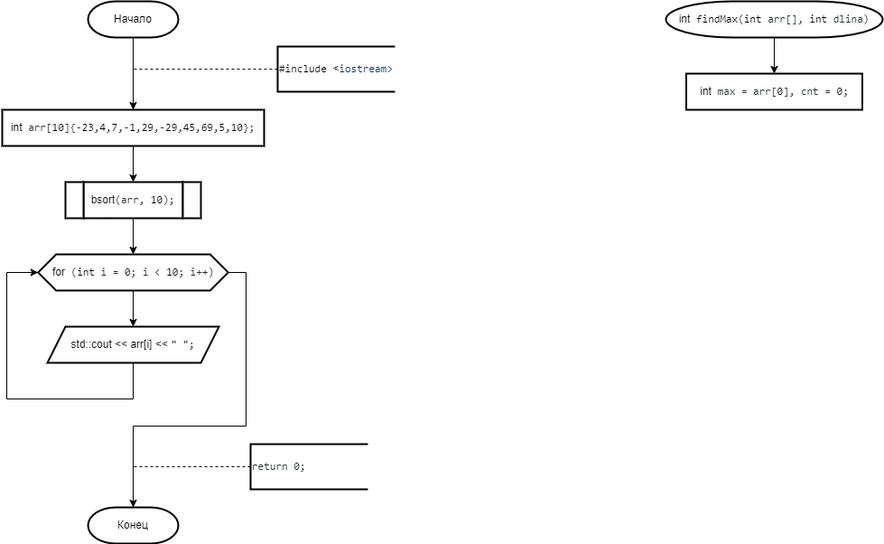
Before: 2 Семестр/Labs/№9 Сложные сортировки быстрая (Хоара), слиянием, подсчетом, блочная, Шелла/Блочная.png, a diagram exported from draw.io (IlyaFedoseev227/LABS-PNRPU-IVT-22-1b). Source tidied: cells renumbered, new cells last; positions are measured from the earlier drawing's top-left corner, leaving out a move shared by most shapes.
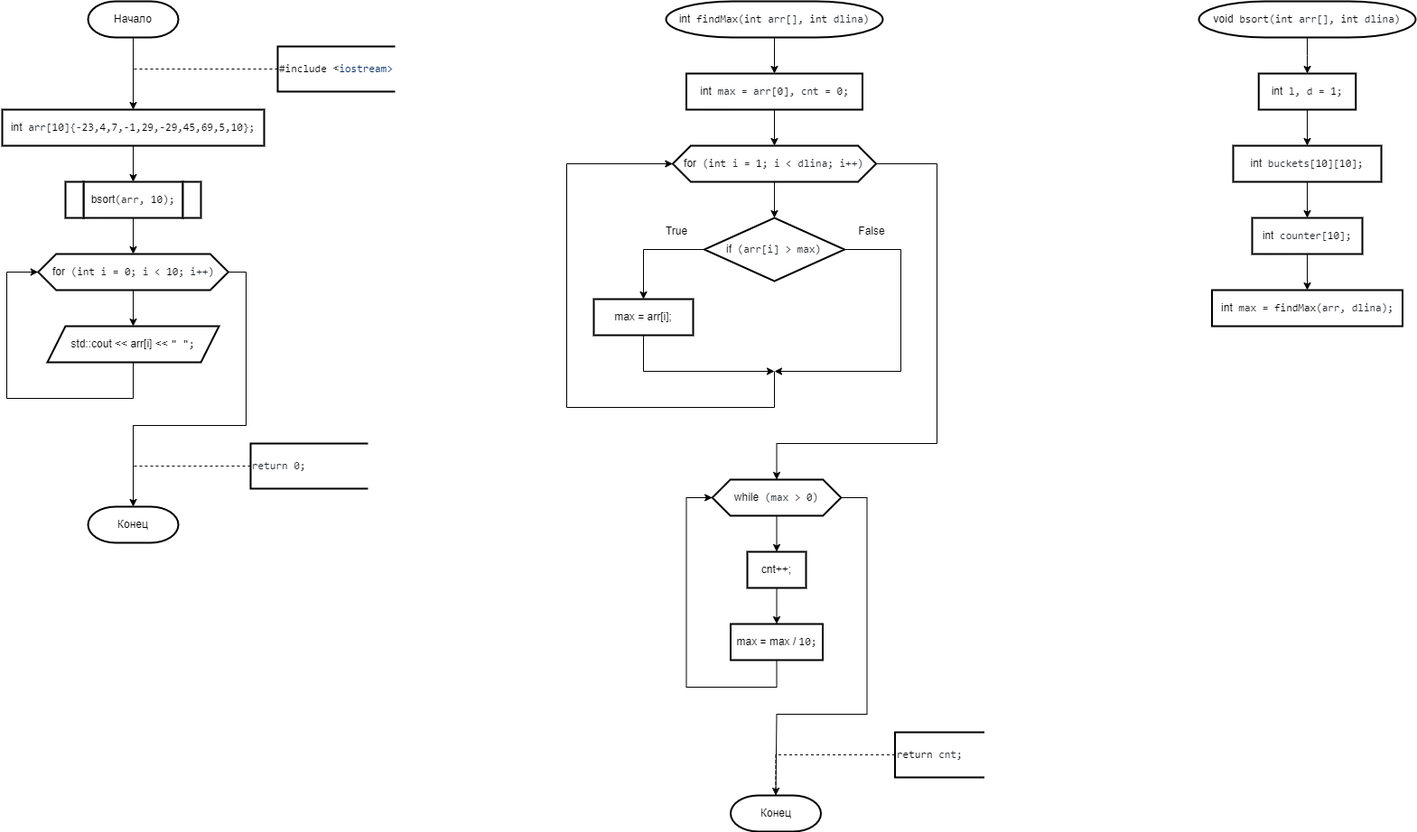
Above is the later version.

The edit, as a diff of the source:
```diff
@@ -84,2 +84,5 @@
     </mxCell>
+    <mxCell id="23" style="edgeStyle=orthogonalEdgeStyle;rounded=0;jettySize=auto;html=1;exitX=0.5;exitY=1;exitDx=0;exitDy=0;entryX=0.5;entryY=0;entryDx=0;entryDy=0;" parent="1" edge="1" source="22" target="26">
+      <mxGeometry relative="1" as="geometry" />
+    </mxCell>
     <mxCell id="22" value="&lt;div style=&quot;text-align: start;&quot;&gt;int&lt;span style=&quot;color: rgb(36, 41, 47); font-family: ui-monospace, SFMono-Regular, &amp;quot;SF Mono&amp;quot;, Menlo, Consolas, &amp;quot;Liberation Mono&amp;quot;, monospace; background-color: rgb(255, 255, 255);&quot;&gt; max = arr[&lt;/span&gt;&lt;span style=&quot;box-sizing: border-box; color: var(--color-prettylights-syntax-constant); font-family: ui-monospace, SFMono-Regular, &amp;quot;SF Mono&amp;quot;, Menlo, Consolas, &amp;quot;Liberation Mono&amp;quot;, monospace; background-color: rgb(255, 255, 255);&quot; class=&quot;pl-c1&quot;&gt;0&lt;/span&gt;&lt;span style=&quot;color: rgb(36, 41, 47); font-family: ui-monospace, SFMono-Regular, &amp;quot;SF Mono&amp;quot;, Menlo, Consolas, &amp;quot;Liberation Mono&amp;quot;, monospace; background-color: rgb(255, 255, 255);&quot;&gt;], cnt = &lt;/span&gt;&lt;span style=&quot;box-sizing: border-box; color: var(--color-prettylights-syntax-constant); font-family: ui-monospace, SFMono-Regular, &amp;quot;SF Mono&amp;quot;, Menlo, Consolas, &amp;quot;Liberation Mono&amp;quot;, monospace; background-color: rgb(255, 255, 255);&quot; class=&quot;pl-c1&quot;&gt;0&lt;/span&gt;&lt;span style=&quot;color: rgb(36, 41, 47); font-family: ui-monospace, SFMono-Regular, &amp;quot;SF Mono&amp;quot;, Menlo, Consolas, &amp;quot;Liberation Mono&amp;quot;, monospace; background-color: rgb(255, 255, 255);&quot;&gt;;&lt;/span&gt;&lt;br&gt;&lt;/div&gt;" style="shape=parallelogram;perimeter=parallelogramPerimeter;whiteSpace=wrap;html=1;fixedSize=1;strokeWidth=2;size=-6;" parent="1" vertex="1">
@@ -87,2 +90,132 @@
     </mxCell>
+    <mxCell id="24" style="edgeStyle=orthogonalEdgeStyle;rounded=0;jettySize=auto;html=1;exitX=0.5;exitY=1;exitDx=0;exitDy=0;entryX=0.5;entryY=0;entryDx=0;entryDy=0;" parent="1" edge="1" source="26" target="30">
+      <mxGeometry relative="1" as="geometry" />
+    </mxCell>
+    <mxCell id="25" style="edgeStyle=orthogonalEdgeStyle;rounded=0;jettySize=auto;html=1;exitX=1;exitY=0.5;exitDx=0;exitDy=0;entryX=0.5;entryY=0;entryDx=0;entryDy=0;" parent="1" edge="1" source="26" target="37">
+      <mxGeometry relative="1" as="geometry">
+        <Array as="points">
+          <mxPoint x="1035" y="180" />
+          <mxPoint x="1035" y="490" />
+          <mxPoint x="858" y="490" />
+        </Array>
+      </mxGeometry>
+    </mxCell>
+    <mxCell id="26" value="&lt;div style=&quot;text-align: start;&quot;&gt;for&lt;span style=&quot;color: rgb(36, 41, 47); font-family: ui-monospace, SFMono-Regular, &amp;quot;SF Mono&amp;quot;, Menlo, Consolas, &amp;quot;Liberation Mono&amp;quot;, monospace; background-color: rgb(255, 255, 255);&quot;&gt; (&lt;/span&gt;&lt;span style=&quot;box-sizing: border-box; color: var(--color-prettylights-syntax-keyword); font-family: ui-monospace, SFMono-Regular, &amp;quot;SF Mono&amp;quot;, Menlo, Consolas, &amp;quot;Liberation Mono&amp;quot;, monospace; background-color: rgb(255, 255, 255);&quot; class=&quot;pl-k&quot;&gt;int&lt;/span&gt;&lt;span style=&quot;color: rgb(36, 41, 47); font-family: ui-monospace, SFMono-Regular, &amp;quot;SF Mono&amp;quot;, Menlo, Consolas, &amp;quot;Liberation Mono&amp;quot;, monospace; background-color: rgb(255, 255, 255);&quot;&gt; i = &lt;/span&gt;&lt;span style=&quot;box-sizing: border-box; color: var(--color-prettylights-syntax-constant); font-family: ui-monospace, SFMono-Regular, &amp;quot;SF Mono&amp;quot;, Menlo, Consolas, &amp;quot;Liberation Mono&amp;quot;, monospace; background-color: rgb(255, 255, 255);&quot; class=&quot;pl-c1&quot;&gt;1&lt;/span&gt;&lt;span style=&quot;color: rgb(36, 41, 47); font-family: ui-monospace, SFMono-Regular, &amp;quot;SF Mono&amp;quot;, Menlo, Consolas, &amp;quot;Liberation Mono&amp;quot;, monospace; background-color: rgb(255, 255, 255);&quot;&gt;; i &amp;lt; dlina; i++)&lt;/span&gt;&lt;br&gt;&lt;/div&gt;" style="shape=hexagon;perimeter=hexagonPerimeter2;whiteSpace=wrap;html=1;fixedSize=1;strokeWidth=2;" parent="1" vertex="1">
+      <mxGeometry x="742.4" y="160" width="225.2" height="40" as="geometry" />
+    </mxCell>
+    <mxCell id="27" style="edgeStyle=orthogonalEdgeStyle;rounded=0;jettySize=auto;html=1;exitX=0;exitY=0.5;exitDx=0;exitDy=0;entryX=0.5;entryY=0;entryDx=0;entryDy=0;" parent="1" edge="1" source="30" target="34">
+      <mxGeometry relative="1" as="geometry" />
+    </mxCell>
+    <mxCell id="28" style="edgeStyle=orthogonalEdgeStyle;rounded=0;jettySize=auto;html=1;exitX=1;exitY=0.5;exitDx=0;exitDy=0;" parent="1" edge="1" source="30">
+      <mxGeometry relative="1" as="geometry">
+        <mxPoint x="855" y="410" as="targetPoint" />
+        <Array as="points">
+          <mxPoint x="995" y="275" />
+          <mxPoint x="995" y="410" />
+        </Array>
+      </mxGeometry>
+    </mxCell>
+    <mxCell id="29" style="edgeStyle=orthogonalEdgeStyle;rounded=0;jettySize=auto;html=1;entryX=0;entryY=0.5;entryDx=0;entryDy=0;" parent="1" edge="1" target="26">
+      <mxGeometry relative="1" as="geometry">
+        <mxPoint x="855" y="410" as="sourcePoint" />
+        <Array as="points">
+          <mxPoint x="855" y="450" />
+          <mxPoint x="625" y="450" />
+          <mxPoint x="625" y="180" />
+        </Array>
+      </mxGeometry>
+    </mxCell>
+    <mxCell id="30" value="&lt;div style=&quot;text-align: start;&quot;&gt;if&lt;span style=&quot;color: rgb(36, 41, 47); font-family: ui-monospace, SFMono-Regular, &amp;quot;SF Mono&amp;quot;, Menlo, Consolas, &amp;quot;Liberation Mono&amp;quot;, monospace; background-color: rgb(255, 255, 255);&quot;&gt; (arr[i] &amp;gt; max)&lt;/span&gt;&lt;br&gt;&lt;/div&gt;" style="rhombus;whiteSpace=wrap;html=1;strokeWidth=2;" parent="1" vertex="1">
+      <mxGeometry x="777.5" y="240" width="155.1" height="70" as="geometry" />
+    </mxCell>
+    <mxCell id="31" value="True" style="text;html=1;strokeColor=none;fillColor=none;align=center;verticalAlign=middle;whiteSpace=wrap;rounded=0;strokeWidth=2;" parent="1" vertex="1">
+      <mxGeometry x="717.5" y="240" width="60" height="30" as="geometry" />
+    </mxCell>
+    <mxCell id="32" value="False" style="text;html=1;strokeColor=none;fillColor=none;align=center;verticalAlign=middle;whiteSpace=wrap;rounded=0;strokeWidth=2;" parent="1" vertex="1">
+      <mxGeometry x="932.6" y="240" width="60" height="30" as="geometry" />
+    </mxCell>
+    <mxCell id="33" style="edgeStyle=orthogonalEdgeStyle;rounded=0;jettySize=auto;html=1;exitX=0.5;exitY=1;exitDx=0;exitDy=0;" parent="1" edge="1" source="34">
+      <mxGeometry relative="1" as="geometry">
+        <mxPoint x="855" y="410" as="targetPoint" />
+        <Array as="points">
+          <mxPoint x="710" y="410" />
+        </Array>
+      </mxGeometry>
+    </mxCell>
+    <mxCell id="34" value="&lt;div style=&quot;text-align: start;&quot;&gt;max = arr[i];&lt;br&gt;&lt;/div&gt;" style="shape=parallelogram;perimeter=parallelogramPerimeter;whiteSpace=wrap;html=1;fixedSize=1;strokeWidth=2;size=-6;" parent="1" vertex="1">
+      <mxGeometry x="655" y="330" width="110" height="40" as="geometry" />
+    </mxCell>
+    <mxCell id="35" style="edgeStyle=orthogonalEdgeStyle;rounded=0;jettySize=auto;html=1;exitX=0.5;exitY=1;exitDx=0;exitDy=0;entryX=0.5;entryY=0;entryDx=0;entryDy=0;" parent="1" edge="1" source="37" target="39">
+      <mxGeometry relative="1" as="geometry" />
+    </mxCell>
+    <mxCell id="36" style="edgeStyle=orthogonalEdgeStyle;rounded=0;jettySize=auto;html=1;exitX=1;exitY=0.5;exitDx=0;exitDy=0;entryX=0.5;entryY=0;entryDx=0;entryDy=0;entryPerimeter=0;" parent="1" edge="1" source="37" target="42">
+      <mxGeometry relative="1" as="geometry">
+        <Array as="points">
+          <mxPoint x="957.5" y="550" />
+          <mxPoint x="957.5" y="790" />
+          <mxPoint x="857.5" y="790" />
+        </Array>
+      </mxGeometry>
+    </mxCell>
+    <mxCell id="37" value="&lt;div style=&quot;text-align: start;&quot;&gt;while&lt;span style=&quot;color: rgb(36, 41, 47); font-family: ui-monospace, SFMono-Regular, &amp;quot;SF Mono&amp;quot;, Menlo, Consolas, &amp;quot;Liberation Mono&amp;quot;, monospace; background-color: rgb(255, 255, 255);&quot;&gt; (max &amp;gt; &lt;/span&gt;&lt;span style=&quot;box-sizing: border-box; color: var(--color-prettylights-syntax-constant); font-family: ui-monospace, SFMono-Regular, &amp;quot;SF Mono&amp;quot;, Menlo, Consolas, &amp;quot;Liberation Mono&amp;quot;, monospace; background-color: rgb(255, 255, 255);&quot; class=&quot;pl-c1&quot;&gt;0&lt;/span&gt;&lt;span style=&quot;color: rgb(36, 41, 47); font-family: ui-monospace, SFMono-Regular, &amp;quot;SF Mono&amp;quot;, Menlo, Consolas, &amp;quot;Liberation Mono&amp;quot;, monospace; background-color: rgb(255, 255, 255);&quot;&gt;)&lt;/span&gt;&lt;br&gt;&lt;/div&gt;" style="shape=hexagon;perimeter=hexagonPerimeter2;whiteSpace=wrap;html=1;fixedSize=1;strokeWidth=2;" parent="1" vertex="1">
+      <mxGeometry x="786.2" y="530" width="142.6" height="40" as="geometry" />
+    </mxCell>
+    <mxCell id="38" style="edgeStyle=orthogonalEdgeStyle;rounded=0;jettySize=auto;html=1;exitX=0.5;exitY=1;exitDx=0;exitDy=0;" parent="1" edge="1" source="39" target="41">
+      <mxGeometry relative="1" as="geometry" />
+    </mxCell>
+    <mxCell id="39" value="&lt;div style=&quot;text-align: start;&quot;&gt;cnt++;&lt;br&gt;&lt;/div&gt;" style="shape=parallelogram;perimeter=parallelogramPerimeter;whiteSpace=wrap;html=1;fixedSize=1;strokeWidth=2;size=-6;" parent="1" vertex="1">
+      <mxGeometry x="825" y="610" width="65" height="40" as="geometry" />
+    </mxCell>
+    <mxCell id="40" style="edgeStyle=orthogonalEdgeStyle;rounded=0;jettySize=auto;html=1;exitX=0.5;exitY=1;exitDx=0;exitDy=0;entryX=0;entryY=0.5;entryDx=0;entryDy=0;" parent="1" edge="1" source="41" target="37">
+      <mxGeometry relative="1" as="geometry">
+        <Array as="points">
+          <mxPoint x="857.5" y="760" />
+          <mxPoint x="757.5" y="760" />
+          <mxPoint x="757.5" y="550" />
+        </Array>
+      </mxGeometry>
+    </mxCell>
+    <mxCell id="41" value="&lt;div style=&quot;text-align: start;&quot;&gt;max = max / &lt;span style=&quot;box-sizing: border-box; color: var(--color-prettylights-syntax-constant); font-family: ui-monospace, SFMono-Regular, &amp;quot;SF Mono&amp;quot;, Menlo, Consolas, &amp;quot;Liberation Mono&amp;quot;, monospace; background-color: rgb(255, 255, 255);&quot; class=&quot;pl-c1&quot;&gt;10&lt;/span&gt;&lt;span style=&quot;color: rgb(36, 41, 47); font-family: ui-monospace, SFMono-Regular, &amp;quot;SF Mono&amp;quot;, Menlo, Consolas, &amp;quot;Liberation Mono&amp;quot;, monospace; background-color: rgb(255, 255, 255);&quot;&gt;;&lt;/span&gt;&lt;br&gt;&lt;/div&gt;" style="shape=parallelogram;perimeter=parallelogramPerimeter;whiteSpace=wrap;html=1;fixedSize=1;strokeWidth=2;size=-6;" parent="1" vertex="1">
+      <mxGeometry x="806.5" y="690" width="102" height="40" as="geometry" />
+    </mxCell>
+    <mxCell id="42" value="Конец" style="strokeWidth=2;html=1;shape=mxgraph.flowchart.terminator;whiteSpace=wrap;" parent="1" vertex="1">
+      <mxGeometry x="806.5" y="880" width="100" height="40" as="geometry" />
+    </mxCell>
+    <mxCell id="43" value="&lt;span style=&quot;box-sizing: border-box; font-family: ui-monospace, SFMono-Regular, &amp;quot;SF Mono&amp;quot;, Menlo, Consolas, &amp;quot;Liberation Mono&amp;quot;, monospace; background-color: rgb(255, 255, 255);&quot; class=&quot;pl-pds&quot;&gt;return&lt;span style=&quot;color: rgb(36, 41, 47);&quot;&gt; cnt;&lt;/span&gt;&lt;br&gt;&lt;/span&gt;" style="strokeWidth=2;html=1;shape=mxgraph.flowchart.annotation_1;align=left;" parent="1" vertex="1">
+      <mxGeometry x="988.5" y="810" width="99" height="50" as="geometry" />
+    </mxCell>
+    <mxCell id="44" style="edgeStyle=orthogonalEdgeStyle;rounded=0;jettySize=auto;html=1;exitX=0;exitY=0.5;exitDx=0;exitDy=0;exitPerimeter=0;strokeWidth=1;endArrow=none;endFill=0;dashed=1;entryX=0.5;entryY=0;entryDx=0;entryDy=0;entryPerimeter=0;" parent="1" edge="1" source="43" target="42">
+      <mxGeometry relative="1" as="geometry">
+        <Array as="points">
+          <mxPoint x="856.5" y="835" />
+        </Array>
+      </mxGeometry>
+    </mxCell>
+    <mxCell id="45" style="edgeStyle=orthogonalEdgeStyle;rounded=0;jettySize=auto;html=1;exitX=0.5;exitY=1;exitDx=0;exitDy=0;exitPerimeter=0;" parent="1" edge="1" source="46" target="48">
+      <mxGeometry relative="1" as="geometry" />
+    </mxCell>
+    <mxCell id="46" value="void&lt;span style=&quot;color: rgb(36, 41, 47); font-family: ui-monospace, SFMono-Regular, &amp;quot;SF Mono&amp;quot;, Menlo, Consolas, &amp;quot;Liberation Mono&amp;quot;, monospace; text-align: start; background-color: rgb(255, 255, 255);&quot;&gt; &lt;/span&gt;&lt;span style=&quot;box-sizing: border-box; color: var(--color-prettylights-syntax-entity); font-family: ui-monospace, SFMono-Regular, &amp;quot;SF Mono&amp;quot;, Menlo, Consolas, &amp;quot;Liberation Mono&amp;quot;, monospace; text-align: start; background-color: rgb(255, 255, 255);&quot; class=&quot;pl-en&quot;&gt;bsort&lt;/span&gt;&lt;span style=&quot;color: rgb(36, 41, 47); font-family: ui-monospace, SFMono-Regular, &amp;quot;SF Mono&amp;quot;, Menlo, Consolas, &amp;quot;Liberation Mono&amp;quot;, monospace; text-align: start; background-color: rgb(255, 255, 255);&quot;&gt;(&lt;/span&gt;&lt;span style=&quot;box-sizing: border-box; color: var(--color-prettylights-syntax-keyword); font-family: ui-monospace, SFMono-Regular, &amp;quot;SF Mono&amp;quot;, Menlo, Consolas, &amp;quot;Liberation Mono&amp;quot;, monospace; text-align: start; background-color: rgb(255, 255, 255);&quot; class=&quot;pl-k&quot;&gt;int&lt;/span&gt;&lt;span style=&quot;color: rgb(36, 41, 47); font-family: ui-monospace, SFMono-Regular, &amp;quot;SF Mono&amp;quot;, Menlo, Consolas, &amp;quot;Liberation Mono&amp;quot;, monospace; text-align: start; background-color: rgb(255, 255, 255);&quot;&gt; arr[], &lt;/span&gt;&lt;span style=&quot;box-sizing: border-box; color: var(--color-prettylights-syntax-keyword); font-family: ui-monospace, SFMono-Regular, &amp;quot;SF Mono&amp;quot;, Menlo, Consolas, &amp;quot;Liberation Mono&amp;quot;, monospace; text-align: start; background-color: rgb(255, 255, 255);&quot; class=&quot;pl-k&quot;&gt;int&lt;/span&gt;&lt;span style=&quot;color: rgb(36, 41, 47); font-family: ui-monospace, SFMono-Regular, &amp;quot;SF Mono&amp;quot;, Menlo, Consolas, &amp;quot;Liberation Mono&amp;quot;, monospace; text-align: start; background-color: rgb(255, 255, 255);&quot;&gt; dlina)&lt;/span&gt;" style="strokeWidth=2;html=1;shape=mxgraph.flowchart.terminator;whiteSpace=wrap;" parent="1" vertex="1">
+      <mxGeometry x="1325" width="240" height="40" as="geometry" />
+    </mxCell>
+    <mxCell id="47" style="edgeStyle=orthogonalEdgeStyle;rounded=0;jettySize=auto;html=1;exitX=0.5;exitY=1;exitDx=0;exitDy=0;" parent="1" edge="1" source="48" target="50">
+      <mxGeometry relative="1" as="geometry" />
+    </mxCell>
+    <mxCell id="48" value="&lt;div style=&quot;text-align: start;&quot;&gt;int&lt;span style=&quot;color: rgb(36, 41, 47); font-family: ui-monospace, SFMono-Regular, &amp;quot;SF Mono&amp;quot;, Menlo, Consolas, &amp;quot;Liberation Mono&amp;quot;, monospace; background-color: rgb(255, 255, 255);&quot;&gt; l, d = &lt;/span&gt;&lt;span style=&quot;box-sizing: border-box; color: var(--color-prettylights-syntax-constant); font-family: ui-monospace, SFMono-Regular, &amp;quot;SF Mono&amp;quot;, Menlo, Consolas, &amp;quot;Liberation Mono&amp;quot;, monospace; background-color: rgb(255, 255, 255);&quot; class=&quot;pl-c1&quot;&gt;1&lt;/span&gt;&lt;span style=&quot;color: rgb(36, 41, 47); font-family: ui-monospace, SFMono-Regular, &amp;quot;SF Mono&amp;quot;, Menlo, Consolas, &amp;quot;Liberation Mono&amp;quot;, monospace; background-color: rgb(255, 255, 255);&quot;&gt;;&lt;/span&gt;&lt;br&gt;&lt;/div&gt;" style="shape=parallelogram;perimeter=parallelogramPerimeter;whiteSpace=wrap;html=1;fixedSize=1;strokeWidth=2;size=-6;" parent="1" vertex="1">
+      <mxGeometry x="1391.2" y="80" width="107.5" height="40" as="geometry" />
+    </mxCell>
+    <mxCell id="49" style="edgeStyle=orthogonalEdgeStyle;rounded=0;jettySize=auto;html=1;exitX=0.5;exitY=1;exitDx=0;exitDy=0;" parent="1" edge="1" source="50" target="52">
+      <mxGeometry relative="1" as="geometry" />
+    </mxCell>
+    <mxCell id="50" value="&lt;div style=&quot;text-align: start;&quot;&gt;int&lt;span style=&quot;color: rgb(36, 41, 47); font-family: ui-monospace, SFMono-Regular, &amp;quot;SF Mono&amp;quot;, Menlo, Consolas, &amp;quot;Liberation Mono&amp;quot;, monospace; background-color: rgb(255, 255, 255);&quot;&gt; buckets[&lt;/span&gt;&lt;span style=&quot;box-sizing: border-box; color: var(--color-prettylights-syntax-constant); font-family: ui-monospace, SFMono-Regular, &amp;quot;SF Mono&amp;quot;, Menlo, Consolas, &amp;quot;Liberation Mono&amp;quot;, monospace; background-color: rgb(255, 255, 255);&quot; class=&quot;pl-c1&quot;&gt;10&lt;/span&gt;&lt;span style=&quot;color: rgb(36, 41, 47); font-family: ui-monospace, SFMono-Regular, &amp;quot;SF Mono&amp;quot;, Menlo, Consolas, &amp;quot;Liberation Mono&amp;quot;, monospace; background-color: rgb(255, 255, 255);&quot;&gt;][&lt;/span&gt;&lt;span style=&quot;box-sizing: border-box; color: var(--color-prettylights-syntax-constant); font-family: ui-monospace, SFMono-Regular, &amp;quot;SF Mono&amp;quot;, Menlo, Consolas, &amp;quot;Liberation Mono&amp;quot;, monospace; background-color: rgb(255, 255, 255);&quot; class=&quot;pl-c1&quot;&gt;10&lt;/span&gt;&lt;span style=&quot;color: rgb(36, 41, 47); font-family: ui-monospace, SFMono-Regular, &amp;quot;SF Mono&amp;quot;, Menlo, Consolas, &amp;quot;Liberation Mono&amp;quot;, monospace; background-color: rgb(255, 255, 255);&quot;&gt;];&lt;/span&gt;&lt;br&gt;&lt;/div&gt;" style="shape=parallelogram;perimeter=parallelogramPerimeter;whiteSpace=wrap;html=1;fixedSize=1;strokeWidth=2;size=-6;" parent="1" vertex="1">
+      <mxGeometry x="1363" y="160" width="164" height="40" as="geometry" />
+    </mxCell>
+    <mxCell id="51" style="edgeStyle=orthogonalEdgeStyle;rounded=0;jettySize=auto;html=1;exitX=0.5;exitY=1;exitDx=0;exitDy=0;" parent="1" edge="1" source="52" target="53">
+      <mxGeometry relative="1" as="geometry" />
+    </mxCell>
+    <mxCell id="52" value="&lt;div style=&quot;text-align: start;&quot;&gt;int&lt;span style=&quot;color: rgb(36, 41, 47); font-family: ui-monospace, SFMono-Regular, &amp;quot;SF Mono&amp;quot;, Menlo, Consolas, &amp;quot;Liberation Mono&amp;quot;, monospace; background-color: rgb(255, 255, 255);&quot;&gt; counter[&lt;/span&gt;&lt;span style=&quot;box-sizing: border-box; color: var(--color-prettylights-syntax-constant); font-family: ui-monospace, SFMono-Regular, &amp;quot;SF Mono&amp;quot;, Menlo, Consolas, &amp;quot;Liberation Mono&amp;quot;, monospace; background-color: rgb(255, 255, 255);&quot; class=&quot;pl-c1&quot;&gt;10&lt;/span&gt;&lt;span style=&quot;color: rgb(36, 41, 47); font-family: ui-monospace, SFMono-Regular, &amp;quot;SF Mono&amp;quot;, Menlo, Consolas, &amp;quot;Liberation Mono&amp;quot;, monospace; background-color: rgb(255, 255, 255);&quot;&gt;];&lt;/span&gt;&lt;br&gt;&lt;/div&gt;" style="shape=parallelogram;perimeter=parallelogramPerimeter;whiteSpace=wrap;html=1;fixedSize=1;strokeWidth=2;size=-6;" parent="1" vertex="1">
+      <mxGeometry x="1384" y="240" width="122" height="40" as="geometry" />
+    </mxCell>
+    <mxCell id="53" value="&lt;div style=&quot;text-align: start;&quot;&gt;int&lt;span style=&quot;color: rgb(36, 41, 47); font-family: ui-monospace, SFMono-Regular, &amp;quot;SF Mono&amp;quot;, Menlo, Consolas, &amp;quot;Liberation Mono&amp;quot;, monospace; background-color: rgb(255, 255, 255);&quot;&gt; max = &lt;/span&gt;&lt;span style=&quot;box-sizing: border-box; color: var(--color-prettylights-syntax-constant); font-family: ui-monospace, SFMono-Regular, &amp;quot;SF Mono&amp;quot;, Menlo, Consolas, &amp;quot;Liberation Mono&amp;quot;, monospace; background-color: rgb(255, 255, 255);&quot; class=&quot;pl-c1&quot;&gt;findMax&lt;/span&gt;&lt;span style=&quot;color: rgb(36, 41, 47); font-family: ui-monospace, SFMono-Regular, &amp;quot;SF Mono&amp;quot;, Menlo, Consolas, &amp;quot;Liberation Mono&amp;quot;, monospace; background-color: rgb(255, 255, 255);&quot;&gt;(arr, dlina);&lt;/span&gt;&lt;br&gt;&lt;/div&gt;" style="shape=parallelogram;perimeter=parallelogramPerimeter;whiteSpace=wrap;html=1;fixedSize=1;strokeWidth=2;size=-6;" parent="1" vertex="1">
+      <mxGeometry x="1339.5" y="320" width="211" height="40" as="geometry" />
+    </mxCell>
   </root>
```
